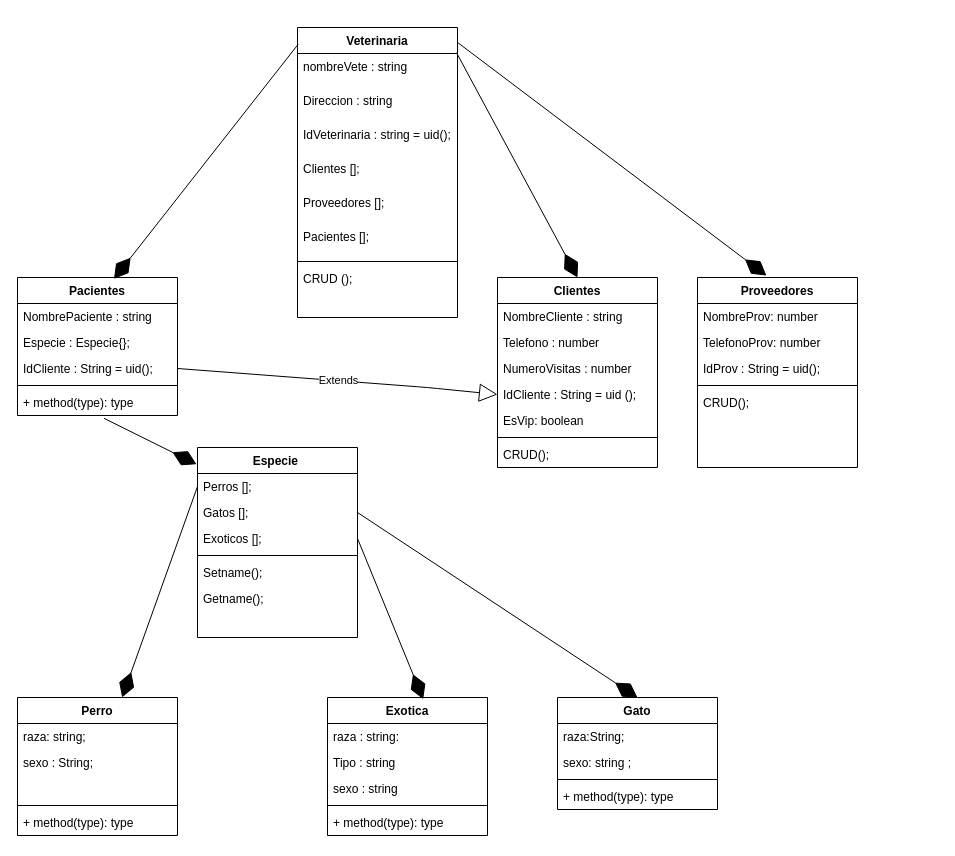
JulietaZotes/trabajo-final-FIP keeps this draw.io diagram as diagramaClases.dio. Above is the earlier version. Source tidied: cells renumbered, new cells numbered last; positions are measured from the earlier drawing's top-left corner, leaving out a move shared by most shapes. Both pictures are drawn from the tidied source at 100%, with x=0, y=0 at pixel (17, 27).
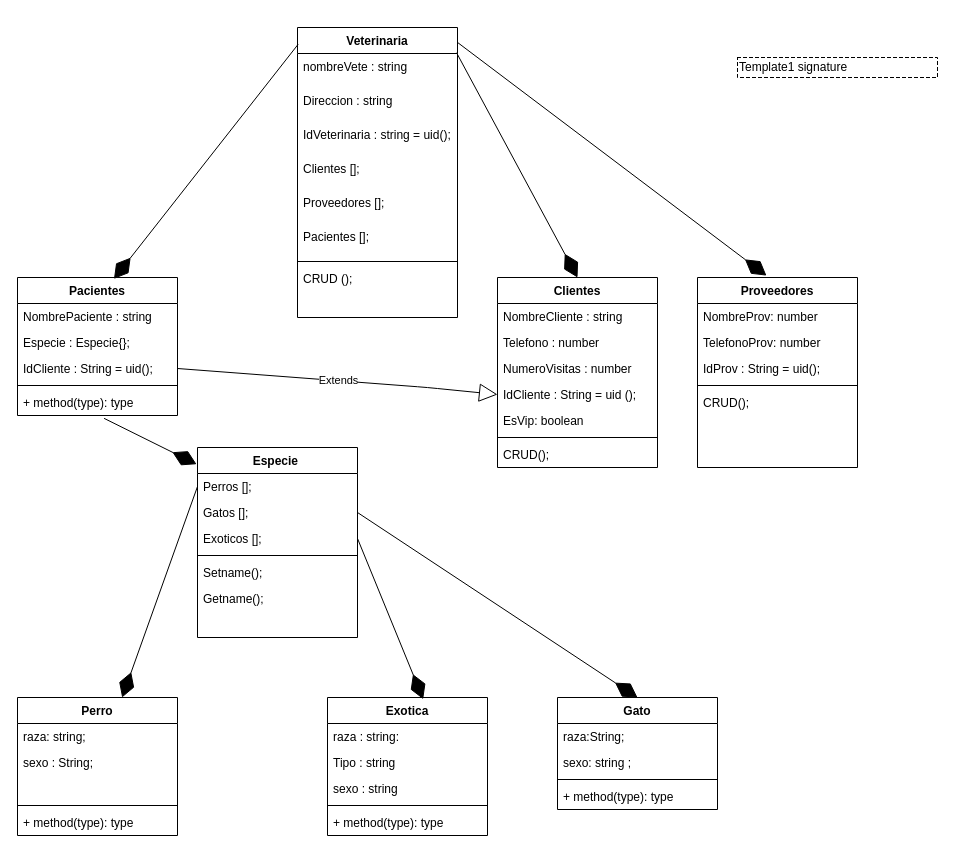
The same page after the edit.

What changed in the source:
```diff
@@
+    <mxCell id="67" value="Template1 signature" style="shape=partialRectangle;html=1;top=1;align=left;dashed=1;" parent="1" vertex="1">
+      <mxGeometry x="720" y="30" width="200" height="20" as="geometry" />
+    </mxCell>
```
